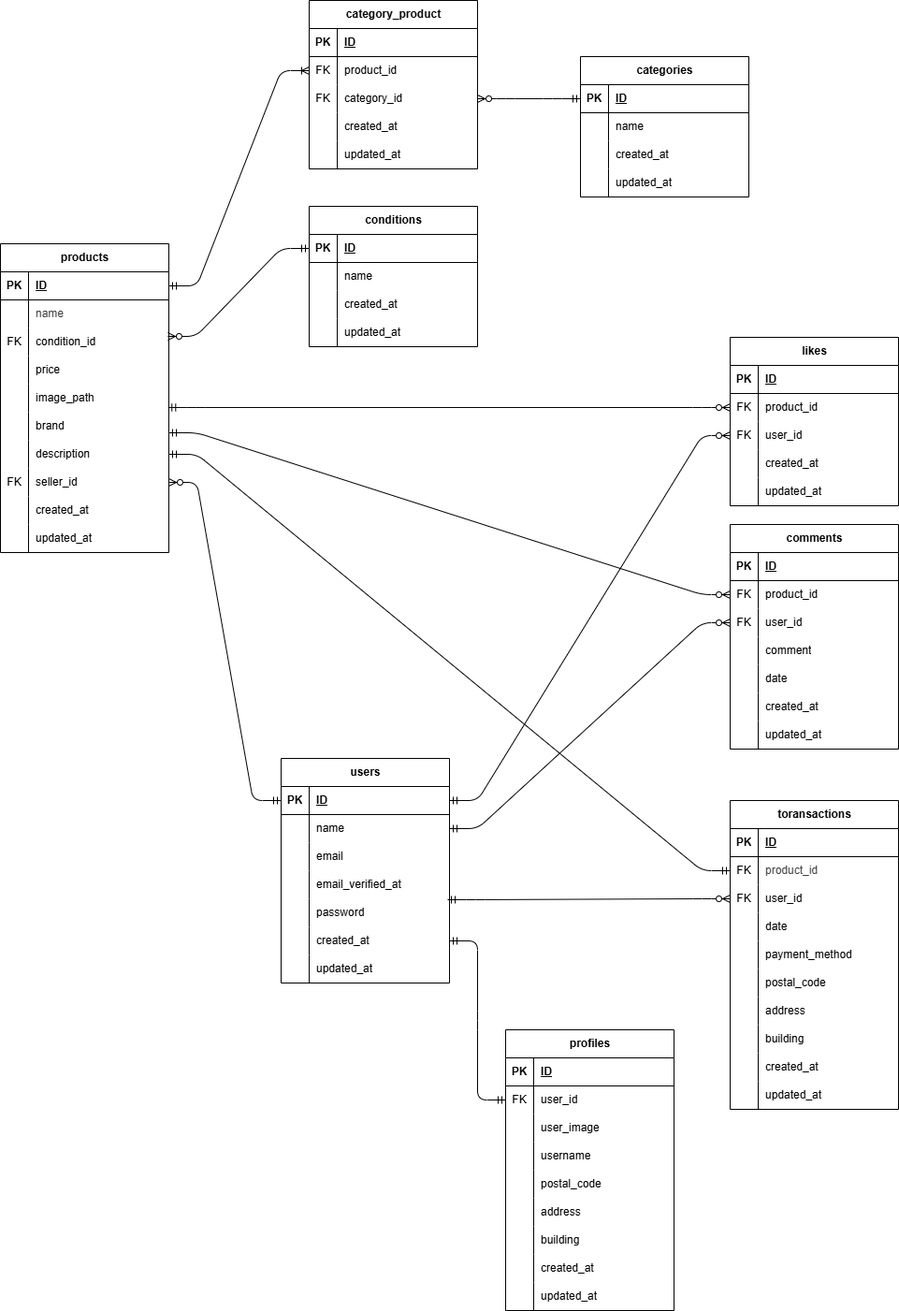
The draw.io diagram ER.drawio.png in sazenshinji/shigeno-sp1a-furima, before a commit. Source tidied: cells renumbered, new cells last; positions are measured from the earlier drawing's top-left corner, leaving out a move shared by most shapes.
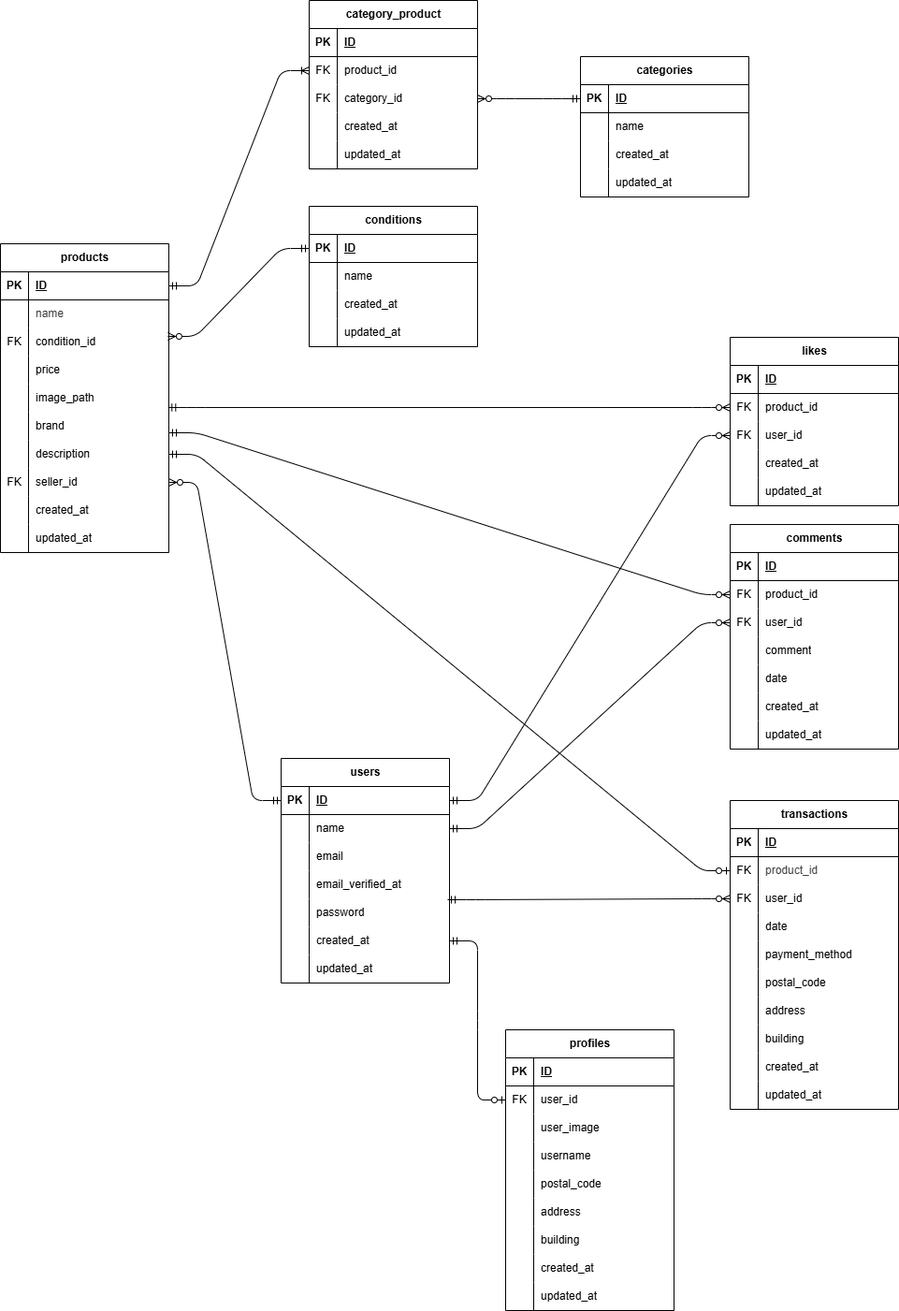
After the change.

Change to the diagram source:
```diff
@@ -367,7 +367,7 @@
     <mxCell id="122" value="&lt;span style=&quot;color: rgb(0, 0, 0);&quot;&gt;updated_at&lt;/span&gt;" style="shape=partialRectangle;fillColor=none;top=0;left=0;bottom=0;right=0;align=left;spacingLeft=6;overflow=hidden;whiteSpace=wrap;html=1;" parent="120" vertex="1">
       <mxGeometry x="30" width="150" height="30" as="geometry" />
     </mxCell>
-    <mxCell id="123" style="edgeStyle=entityRelationEdgeStyle;fontSize=12;html=1;endArrow=ERmandOne;startArrow=ERmandOne;exitX=1;exitY=0.5;exitDx=0;exitDy=0;entryX=0;entryY=0.5;entryDx=0;entryDy=0;" parent="1" edge="1" source="65" target="99">
+    <mxCell id="123" style="edgeStyle=entityRelationEdgeStyle;fontSize=12;html=1;endArrow=ERzeroToOne;startArrow=ERmandOne;exitX=1;exitY=0.5;exitDx=0;exitDy=0;entryX=0;entryY=0.5;entryDx=0;entryDy=0;endFill=0;" parent="1" edge="1" source="65" target="99">
       <mxGeometry relative="1" as="geometry" />
     </mxCell>
     <mxCell id="124" value="conditions" style="shape=table;startSize=30;rowLines=0;fontStyle=1;align=center;html=1;" parent="1" vertex="1">
@@ -409,7 +409,7 @@
     <mxCell id="136" value="&lt;span style=&quot;color: rgb(0, 0, 0);&quot;&gt;updated_at&lt;/span&gt;" style="shape=partialRectangle;fillColor=none;top=0;left=0;bottom=0;right=0;align=left;spacingLeft=6;overflow=hidden;whiteSpace=wrap;html=1;" parent="134" vertex="1">
       <mxGeometry x="30" width="150" height="30" as="geometry" />
     </mxCell>
-    <mxCell id="137" value="toransactions" style="shape=table;startSize=30;rowLines=0;fontStyle=1;align=center;html=1;" parent="1" vertex="1">
+    <mxCell id="137" value="transactions" style="shape=table;startSize=30;rowLines=0;fontStyle=1;align=center;html=1;" parent="1" vertex="1">
       <mxGeometry x="780" y="855" width="180" height="330" as="geometry" />
     </mxCell>
     <mxCell id="138" style="shape=tableRow;horizontal=0;startSize=0;swimlaneHead=0;swimlaneBody=0;fillColor=none;top=0;left=0;right=0;bottom=1;" parent="137" vertex="1">
@@ -610,7 +610,7 @@
     <mxCell id="203" style="edgeStyle=entityRelationEdgeStyle;fontSize=12;html=1;endArrow=ERoneToMany;startArrow=ERmandOne;exitX=1;exitY=0.5;exitDx=0;exitDy=0;entryX=0;entryY=0.5;entryDx=0;entryDy=0;" parent="1" edge="1" source="3" target="37">
       <mxGeometry relative="1" as="geometry" />
     </mxCell>
-    <mxCell id="204" style="edgeStyle=entityRelationEdgeStyle;fontSize=12;html=1;endArrow=ERmandOne;startArrow=ERmandOne;exitX=1;exitY=0.5;exitDx=0;exitDy=0;entryX=0;entryY=0.5;entryDx=0;entryDy=0;" parent="1" edge="1" source="21" target="141">
+    <mxCell id="204" style="edgeStyle=entityRelationEdgeStyle;fontSize=12;html=1;endArrow=ERzeroToOne;startArrow=ERmandOne;exitX=1;exitY=0.5;exitDx=0;exitDy=0;entryX=0;entryY=0.5;entryDx=0;entryDy=0;endFill=0;" parent="1" edge="1" source="21" target="141">
       <mxGeometry relative="1" as="geometry" />
     </mxCell>
   </root>
```
